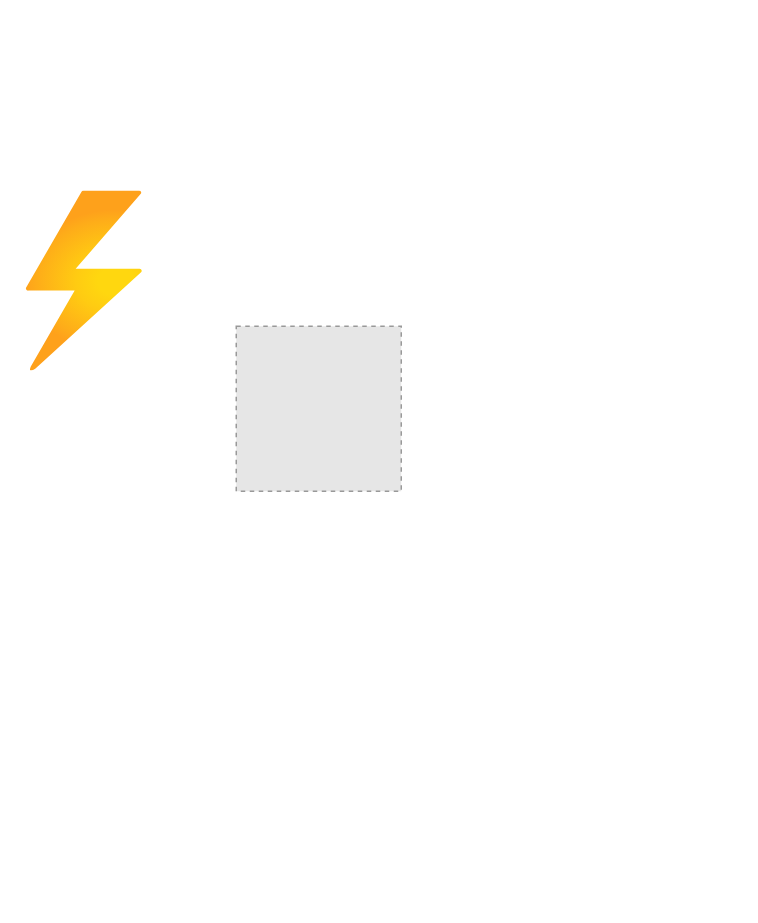
This is 11-13-2026-homeLabDraft.drawio from abstractacres/excercise, a draw.io file, before an edit. Source tidied: cells renumbered, new cells numbered last; positions are measured from the earlier drawing's top-left corner, leaving out a move shared by most shapes. Both pictures are drawn from the tidied source at 150%, with x=0, y=0 at pixel (26, 190). Pictures stored in the file or linked from it are replaced by grey dashed boxes.
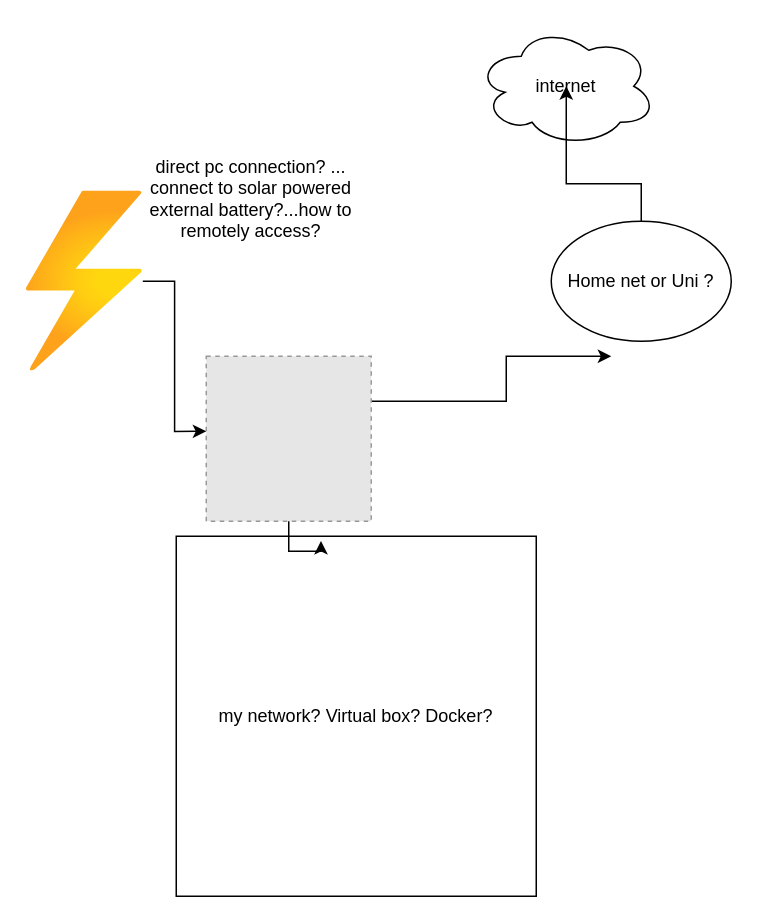
The same page after the edit.

Diff of the diagram source:
```diff
@@
 <mxGraphModel>
   <root>
     <mxCell id="0" />
     <mxCell id="1" parent="0" />
+    <mxCell id="4" style="edgeStyle=orthogonalEdgeStyle;rounded=0;jettySize=auto;html=1;defaultLabelBackgroundColor=page;labelPadding=0 4;" parent="1" edge="1" source="2">
+      <mxGeometry x="-0.02" relative="1" as="geometry">
+        <mxPoint x="390" y="110" as="targetPoint" />
+        <Array as="points">
+          <mxPoint x="320" y="140" />
+          <mxPoint x="320" y="110" />
+        </Array>
+      </mxGeometry>
+    </mxCell>
     <mxCell id="2" style="fillColor=#E6E6E6;strokeColor=#999999;dashed=1;verticalLabelPosition=bottom;labelBackgroundColor=default;verticalAlign=top;" parent="1" vertex="1">
-      <mxGeometry x="140" y="90" width="110" height="110" as="geometry" />
+      <mxGeometry x="120" y="110" width="110" height="110" as="geometry" />
     </mxCell>
     <mxCell id="3" style="image;html=1;align=center;fontSize=12;image=img/lib/azure2/general/Power.svg;points=[[0.5,0,0],[0.5,0.745,0],[0,0.545,0],[0.912,0.5,0],[0.992,0.005,0],[0.996,0.452,0],[0.039,1,0]];labelPerimeter=1;" parent="1" vertex="1">
       <mxGeometry width="77.7" height="120" as="geometry" />
     </mxCell>
+    <mxCell id="5" style="edgeStyle=orthogonalEdgeStyle;rounded=0;jettySize=auto;html=1;entryX=0;entryY=0.455;entryDx=0;entryDy=0;entryPerimeter=0;defaultLabelBackgroundColor=page;labelPadding=0 4;" parent="1" edge="1" source="3" target="2">
+      <mxGeometry relative="1" as="geometry" />
+    </mxCell>
+    <mxCell id="6" value="direct pc connection? ... connect to solar powered external battery?...how to remotely access?" style="text;html=1;whiteSpace=wrap;strokeColor=none;fillColor=none;align=center;verticalAlign=middle;rounded=0;" parent="1" vertex="1">
+      <mxGeometry x="70" y="-10" width="160" height="30" as="geometry" />
+    </mxCell>
+    <mxCell id="7" value="internet" style="ellipse;shape=cloud;whiteSpace=wrap;html=1;perimeter=cloudPerimeter;" parent="1" vertex="1">
+      <mxGeometry x="300" y="-110" width="120" height="80" as="geometry" />
+    </mxCell>
+    <mxCell id="8" style="edgeStyle=orthogonalEdgeStyle;rounded=0;jettySize=auto;html=1;defaultLabelBackgroundColor=page;labelPadding=0 4;" parent="1" edge="1" source="9" target="7">
+      <mxGeometry relative="1" as="geometry" />
+    </mxCell>
+    <mxCell id="9" value="Home net or Uni ?" style="ellipse;whiteSpace=wrap;html=1;shapeInside=1;" parent="1" vertex="1">
+      <mxGeometry x="350" y="20" width="120" height="80" as="geometry" />
+    </mxCell>
+    <mxCell id="10" value="my network? Virtual box? Docker?" style="whiteSpace=wrap;html=1;" parent="1" vertex="1">
+      <mxGeometry x="100" y="230" width="240" height="240" as="geometry" />
+    </mxCell>
+    <mxCell id="11" style="edgeStyle=orthogonalEdgeStyle;rounded=0;jettySize=auto;html=1;entryX=0.402;entryY=0.013;entryDx=0;entryDy=0;entryPerimeter=0;defaultLabelBackgroundColor=page;labelPadding=0 4;" parent="1" edge="1" source="2" target="10">
+      <mxGeometry relative="1" as="geometry" />
+    </mxCell>
   </root>
 </mxGraphModel>
```
